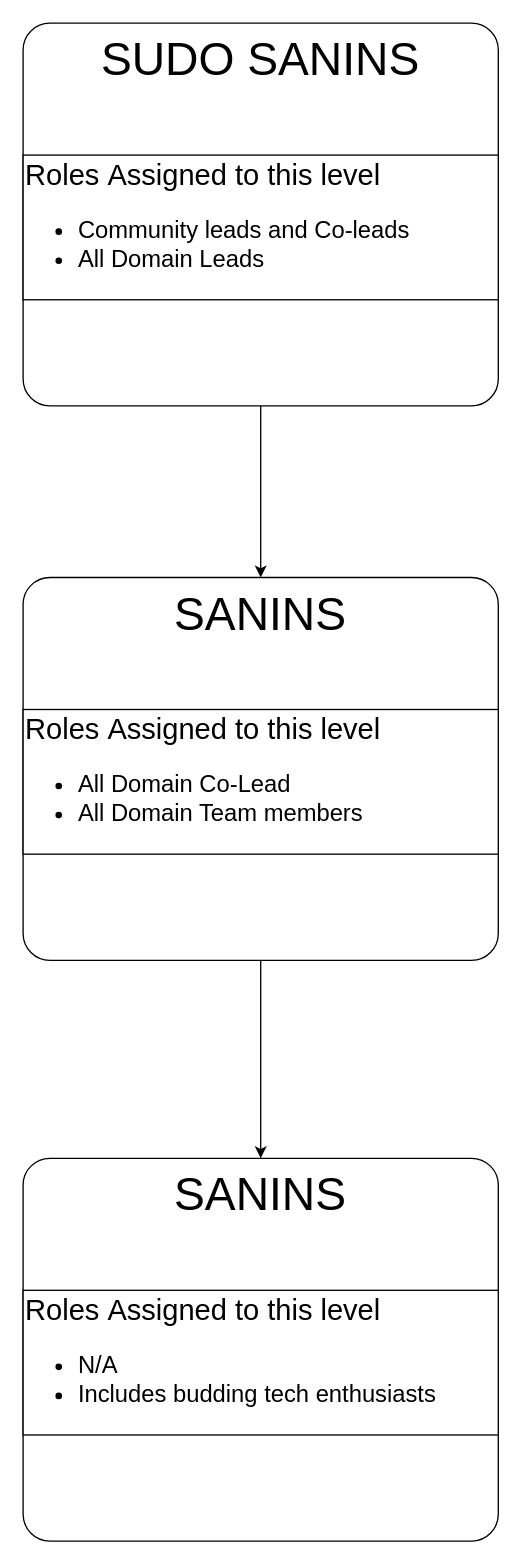
The draw.io diagram draw-io-diagrams/Community-hierarchy.drawio in MLSA-Sanins/miscellaneous-stuff, before the edit. Source tidied: cells renumbered, new cells numbered last; positions are measured from the earlier drawing's top-left corner, leaving out a move shared by most shapes. Both pictures are drawn from the tidied source at 132%, with x=0, y=0 at pixel (22, 22).
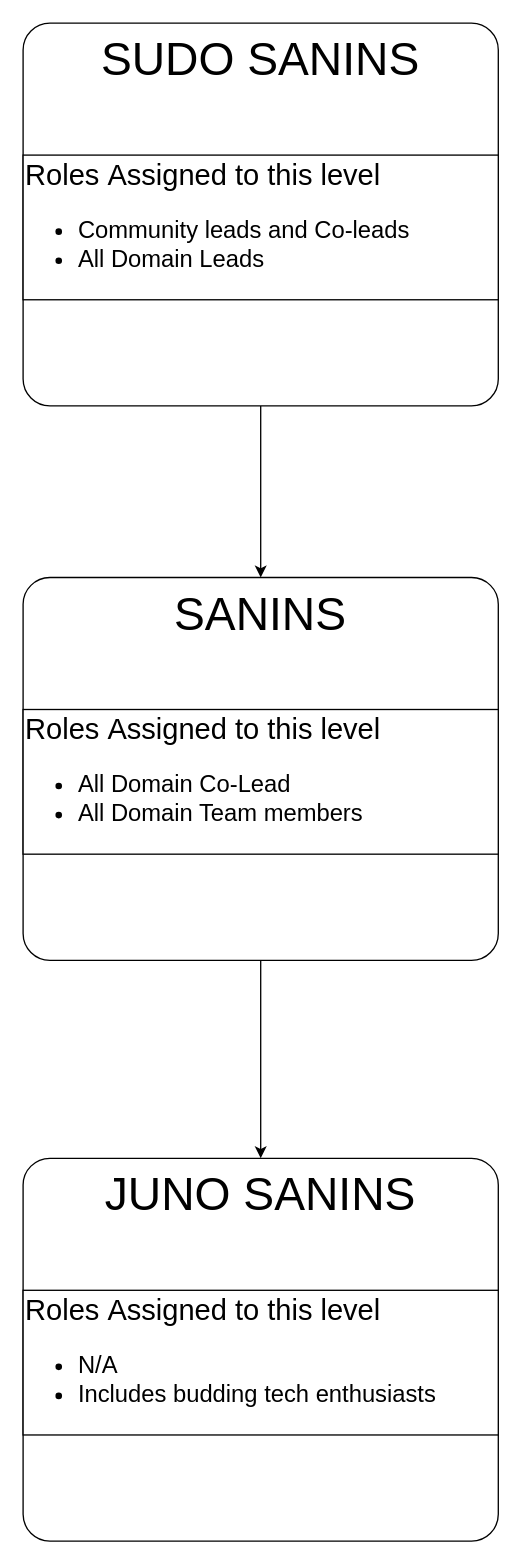
The same page after the edit.

What changed in the source:
```diff
@@
 <mxGraphModel>
   <root>
     <mxCell id="0" />
     <mxCell id="1" parent="0" />
     <mxCell id="2" style="edgeStyle=orthogonalEdgeStyle;rounded=0;jettySize=auto;html=1;entryX=0.5;entryY=0;entryDx=0;entryDy=0;fontSize=35;" parent="1" edge="1" source="3" target="6">
       <mxGeometry relative="1" as="geometry" />
     </mxCell>
     <mxCell id="3" value="&lt;font style=&quot;font-size: 35px&quot;&gt;SUDO SANINS&lt;/font&gt;" style="rounded=1;whiteSpace=wrap;html=1;verticalAlign=top;arcSize=7;" parent="1" vertex="1">
       <mxGeometry width="360" height="290" as="geometry" />
     </mxCell>
     <mxCell id="4" value="&lt;div style=&quot;font-size: 22px&quot;&gt;&lt;span&gt;Roles&amp;nbsp;&lt;/span&gt;&lt;span&gt;Assigned to this level&lt;/span&gt;&lt;/div&gt;&lt;ul&gt;&lt;li&gt;Community leads and Co-leads&lt;/li&gt;&lt;li&gt;All Domain Leads&lt;/li&gt;&lt;/ul&gt;" style="rounded=0;whiteSpace=wrap;html=1;fontSize=18;align=left;" parent="3" vertex="1">
       <mxGeometry y="100" width="360" height="109.6" as="geometry" />
     </mxCell>
     <mxCell id="5" style="edgeStyle=orthogonalEdgeStyle;rounded=0;jettySize=auto;html=1;entryX=0.5;entryY=0;entryDx=0;entryDy=0;fontSize=35;" parent="1" edge="1" source="6" target="8">
       <mxGeometry relative="1" as="geometry" />
     </mxCell>
     <mxCell id="6" value="&lt;font style=&quot;font-size: 35px&quot;&gt;SANINS&lt;/font&gt;" style="rounded=1;whiteSpace=wrap;html=1;verticalAlign=top;arcSize=7;" parent="1" vertex="1">
       <mxGeometry y="420" width="360" height="290" as="geometry" />
     </mxCell>
     <mxCell id="7" value="&lt;div style=&quot;font-size: 22px&quot;&gt;&lt;span&gt;Roles&amp;nbsp;&lt;/span&gt;&lt;span&gt;Assigned to this level&lt;/span&gt;&lt;/div&gt;&lt;ul&gt;&lt;li&gt;&lt;span&gt;All Domain Co-Lead&lt;/span&gt;&lt;br&gt;&lt;/li&gt;&lt;li&gt;&lt;span&gt;All Domain Team members&lt;/span&gt;&lt;/li&gt;&lt;/ul&gt;" style="rounded=0;whiteSpace=wrap;html=1;fontSize=18;align=left;" parent="6" vertex="1">
       <mxGeometry y="100" width="360" height="109.6" as="geometry" />
     </mxCell>
-    <mxCell id="8" value="&lt;font style=&quot;font-size: 35px&quot;&gt;SANINS&lt;/font&gt;" style="rounded=1;whiteSpace=wrap;html=1;verticalAlign=top;arcSize=7;" parent="1" vertex="1">
+    <mxCell id="8" value="&lt;font style=&quot;font-size: 35px&quot;&gt;JUNO SANINS&lt;/font&gt;" style="rounded=1;whiteSpace=wrap;html=1;verticalAlign=top;arcSize=7;" parent="1" vertex="1">
       <mxGeometry y="860" width="360" height="290" as="geometry" />
     </mxCell>
     <mxCell id="9" value="&lt;div style=&quot;font-size: 22px&quot;&gt;&lt;span&gt;Roles&amp;nbsp;&lt;/span&gt;&lt;span&gt;Assigned to this level&lt;/span&gt;&lt;/div&gt;&lt;ul&gt;&lt;li&gt;&lt;span&gt;N/A&lt;/span&gt;&lt;br&gt;&lt;/li&gt;&lt;li&gt;&lt;span&gt;Includes budding tech enthusiasts&lt;/span&gt;&lt;/li&gt;&lt;/ul&gt;" style="rounded=0;whiteSpace=wrap;html=1;fontSize=18;align=left;" parent="8" vertex="1">
       <mxGeometry y="100" width="360" height="109.6" as="geometry" />
     </mxCell>
   </root>
 </mxGraphModel>
```
